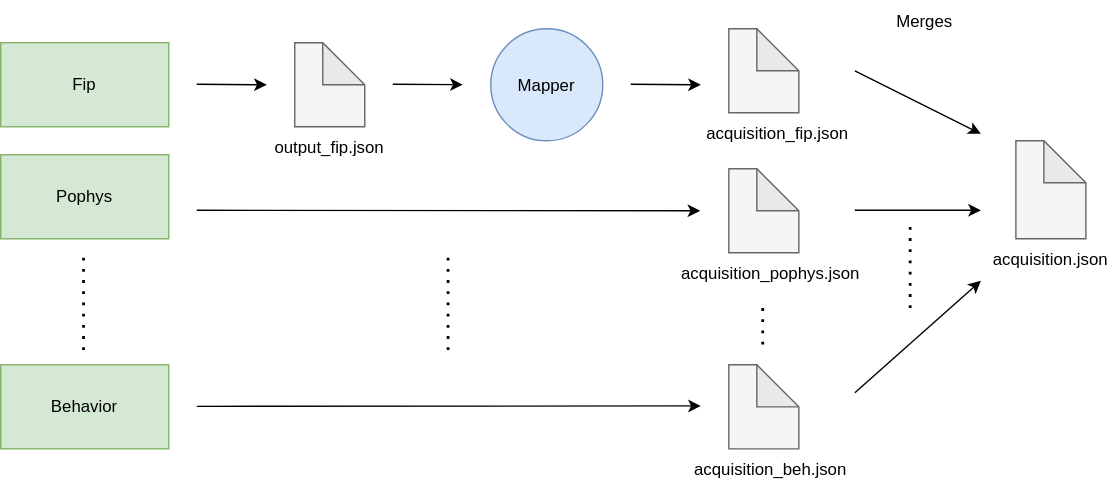
Earlier version of the draw.io export docs/source/diagrams/high_level/multimodal_2b.drawio.svg (AllenNeuralDynamics/aind-software-docs). Source tidied: cells renumbered, new cells last; positions are measured from the earlier drawing's top-left corner, leaving out a move shared by most shapes.
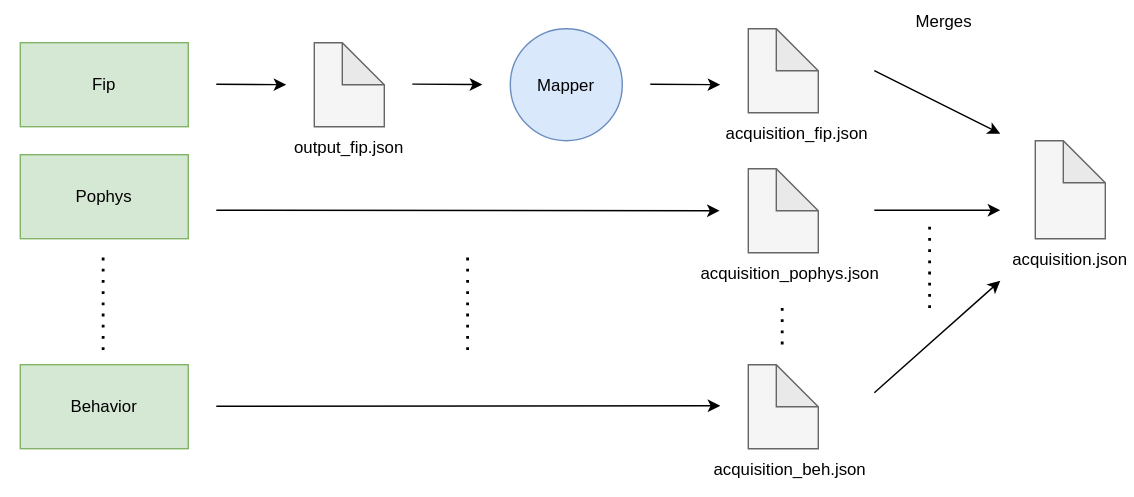
After the commit.

The edit, as a diff of the source:
```diff
@@ -2,6 +2,9 @@
   <root>
     <mxCell id="0" />
     <mxCell id="1" parent="0" />
+    <mxCell id="30" style="rounded=0;whiteSpace=wrap;html=1;strokeColor=none;" parent="1" vertex="1">
+      <mxGeometry x="-14" y="3" width="810" height="352" as="geometry" />
+    </mxCell>
     <mxCell id="2" value="Fip" style="rounded=0;whiteSpace=wrap;html=1;labelBackgroundColor=none;fillColor=#d5e8d4;strokeColor=#82b366;" parent="1" vertex="1">
       <mxGeometry y="30" width="120" height="60" as="geometry" />
     </mxCell>
```
